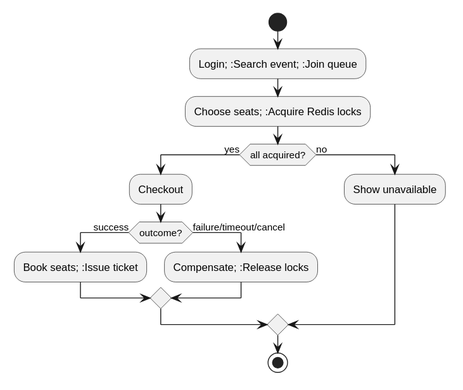
This is docs/diagrams/export/purchase-activity.svg from Hessam-Hosseinian/event-ticketing-platform, a PlantUML export, as it was before one commit.
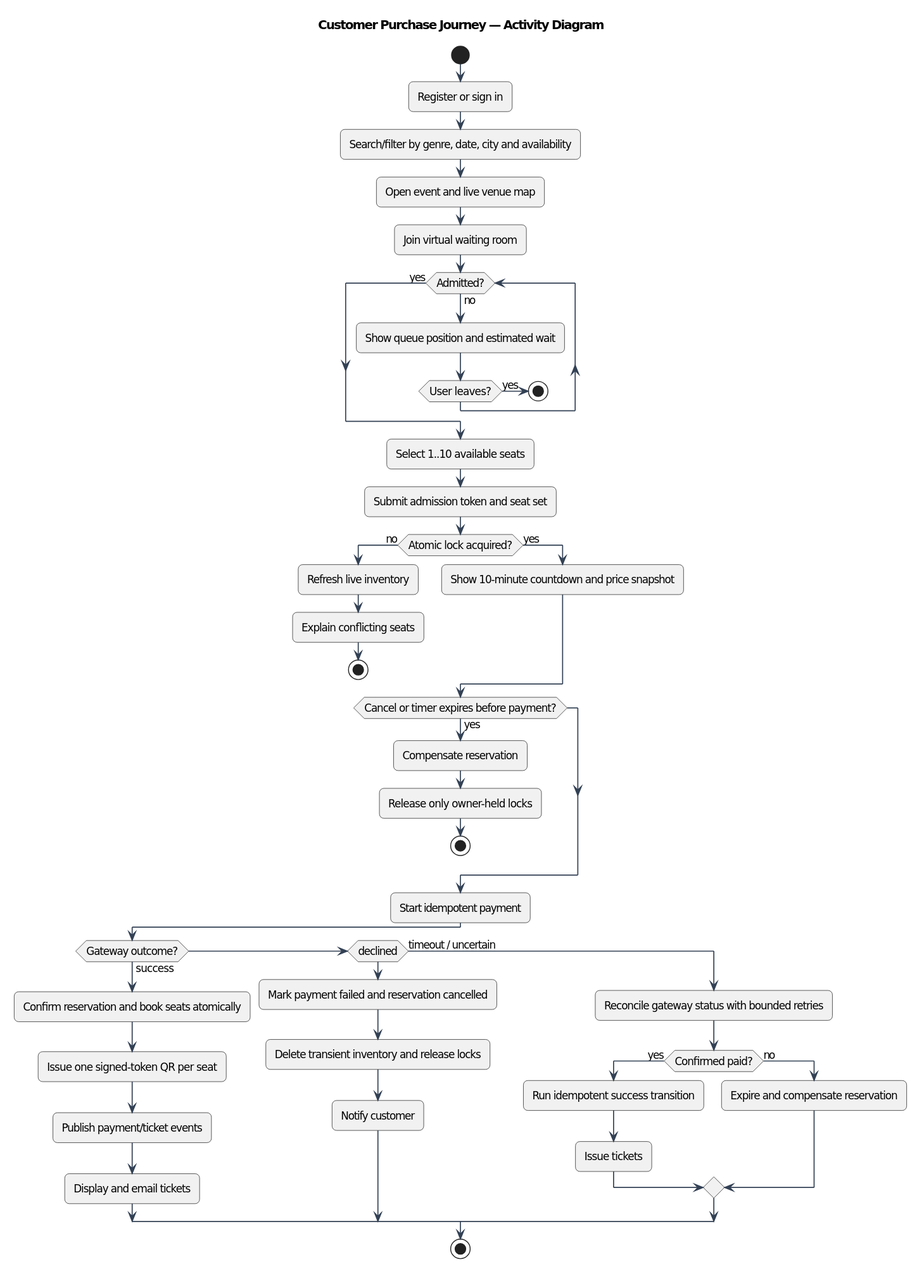
The same file after the commit.

The edit, as a diff of the source:
```diff
@@ -1,16 +1,49 @@
 @startuml
+!include theme.iuml
+title Customer Purchase Journey — Activity Diagram
 start
-:Login; :Search event; :Join queue;
-:Choose seats; :Acquire Redis locks;
-if (all acquired?) then (yes)
- :Checkout;
- if (outcome?) then (success)
-  :Book seats; :Issue ticket;
- else (failure/timeout/cancel)
-  :Compensate; :Release locks;
- endif
-else (no)
- :Show unavailable;
+:Register or sign in;
+:Search/filter by genre, date, city and availability;
+:Open event and live venue map;
+:Join virtual waiting room;
+while (Admitted?) is (no)
+  :Show queue position and estimated wait;
+  if (User leaves?) then (yes)
+    stop
+  endif
+endwhile (yes)
+:Select 1..10 available seats;
+:Submit admission token and seat set;
+if (Atomic lock acquired?) then (no)
+  :Refresh live inventory;
+  :Explain conflicting seats;
+  stop
+else (yes)
+  :Show 10-minute countdown and price snapshot;
+endif
+if (Cancel or timer expires before payment?) then (yes)
+  :Compensate reservation;
+  :Release only owner-held locks;
+  stop
+endif
+:Start idempotent payment;
+if (Gateway outcome?) then (success)
+  :Confirm reservation and book seats atomically;
+  :Issue one signed-token QR per seat;
+  :Publish payment/ticket events;
+  :Display and email tickets;
+elseif (declined)
+  :Mark payment failed and reservation cancelled;
+  :Delete transient inventory and release locks;
+  :Notify customer;
+else (timeout / uncertain)
+  :Reconcile gateway status with bounded retries;
+  if (Confirmed paid?) then (yes)
+    :Run idempotent success transition;
+    :Issue tickets;
+  else (no)
+    :Expire and compensate reservation;
+  endif
 endif
 stop
 @enduml
```
